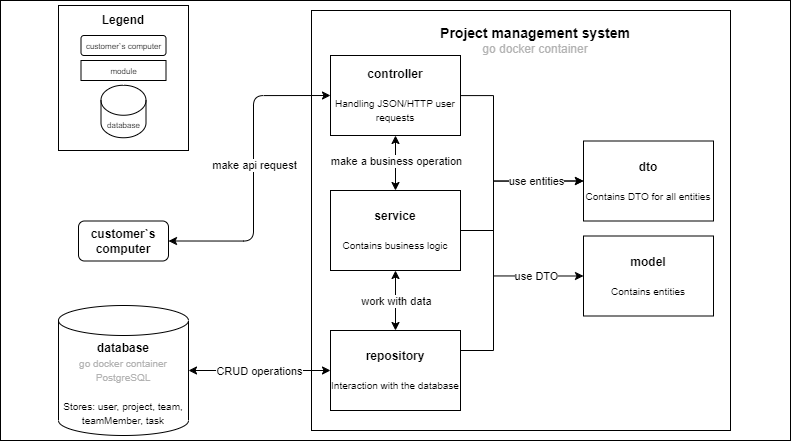
This is doc/arch/container/container diagram.png from PavelNaymovets/project_management_system, a draw.io export, as it was before one commit. Source tidied: cells renumbered, new cells last; positions are measured from the earlier drawing's top-left corner, leaving out a move shared by most shapes.
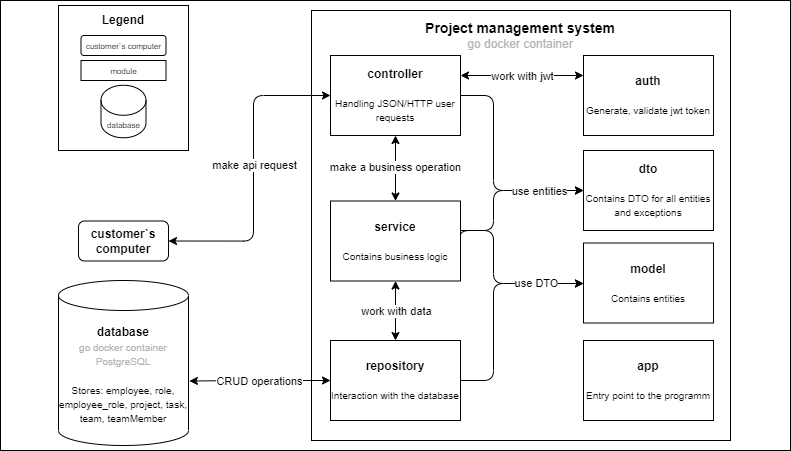
The same file after the commit.

What changed in the source:
```diff
@@ -3,10 +3,10 @@
     <mxCell id="0" />
     <mxCell id="1" parent="0" />
     <mxCell id="2" style="whiteSpace=wrap;html=1;" parent="1" vertex="1">
-      <mxGeometry width="790" height="440" as="geometry" />
+      <mxGeometry width="790" height="450" as="geometry" />
     </mxCell>
     <mxCell id="3" style="whiteSpace=wrap;html=1;" parent="1" vertex="1">
-      <mxGeometry x="311" y="10" width="419" height="420" as="geometry" />
+      <mxGeometry x="311" y="10" width="419" height="430" as="geometry" />
     </mxCell>
     <mxCell id="4" value="&lt;b&gt;customer`s computer&lt;/b&gt;" style="rounded=1;whiteSpace=wrap;html=1;" parent="1" vertex="1">
       <mxGeometry x="78" y="220.5" width="90" height="40" as="geometry" />
@@ -24,49 +24,43 @@
         <mxPoint y="-7" as="offset" />
       </mxGeometry>
     </mxCell>
-    <mxCell id="7" value="&lt;b&gt;database&lt;/b&gt;&lt;br&gt;&lt;font style=&quot;font-size: 10px;&quot;&gt;&lt;font color=&quot;#b3b3b3&quot;&gt;go docker container&lt;br&gt;PostgreSQL&lt;/font&gt;&lt;br&gt;&lt;br&gt;Stores:&amp;nbsp;user, project, team, teamMember, task&lt;br&gt;&lt;/font&gt;" style="shape=cylinder3;whiteSpace=wrap;html=1;boundedLbl=1;backgroundOutline=1;size=15;" parent="1" vertex="1">
-      <mxGeometry x="58" y="305" width="130" height="130" as="geometry" />
+    <mxCell id="7" value="&lt;b&gt;database&lt;/b&gt;&lt;br&gt;&lt;font style=&quot;font-size: 10px;&quot;&gt;&lt;font color=&quot;#b3b3b3&quot;&gt;go docker container&lt;br&gt;PostgreSQL&lt;/font&gt;&lt;br&gt;&lt;br&gt;Stores:&amp;nbsp;employee, role, employee_role, project, task, team, teamMember&lt;br&gt;&lt;/font&gt;" style="shape=cylinder3;whiteSpace=wrap;html=1;boundedLbl=1;backgroundOutline=1;size=15;" parent="1" vertex="1">
+      <mxGeometry x="58" y="280" width="130" height="165" as="geometry" />
     </mxCell>
     <mxCell id="8" style="edgeStyle=orthogonalEdgeStyle;rounded=0;jettySize=auto;html=1;startArrow=classic;startFill=1;" parent="1" edge="1" source="10" target="13">
       <mxGeometry relative="1" as="geometry" />
     </mxCell>
-    <mxCell id="9" style="edgeStyle=orthogonalEdgeStyle;rounded=0;jettySize=auto;html=1;entryX=0;entryY=0.5;entryDx=0;entryDy=0;" parent="1" edge="1" source="10" target="26">
-      <mxGeometry relative="1" as="geometry">
-        <Array as="points">
-          <mxPoint x="493" y="95" />
-          <mxPoint x="493" y="180" />
-        </Array>
-      </mxGeometry>
-    </mxCell>
     <mxCell id="10" value="&lt;font style=&quot;&quot;&gt;&lt;b style=&quot;&quot;&gt;&lt;font style=&quot;font-size: 12px;&quot;&gt;controller&lt;/font&gt;&lt;br&gt;&lt;/b&gt;&lt;br&gt;&lt;/font&gt;&lt;font style=&quot;font-size: 10px;&quot;&gt;Handling JSON/HTTP user requests&lt;br&gt;&lt;/font&gt;" style="rounded=0;whiteSpace=wrap;html=1;" parent="1" vertex="1">
       <mxGeometry x="330" y="55" width="130" height="80" as="geometry" />
     </mxCell>
     <mxCell id="11" style="edgeStyle=orthogonalEdgeStyle;rounded=0;jettySize=auto;html=1;startArrow=classic;startFill=1;" parent="1" edge="1" source="13" target="15">
       <mxGeometry relative="1" as="geometry" />
     </mxCell>
-    <mxCell id="12" style="edgeStyle=orthogonalEdgeStyle;rounded=0;jettySize=auto;html=1;entryX=0;entryY=0.5;entryDx=0;entryDy=0;" parent="1" edge="1" source="13" target="27">
+    <mxCell id="12" style="edgeStyle=orthogonalEdgeStyle;rounded=1;jettySize=auto;html=1;entryX=0;entryY=0.5;entryDx=0;entryDy=0;" parent="1" edge="1" source="13" target="27">
       <mxGeometry relative="1" as="geometry">
         <Array as="points">
           <mxPoint x="493" y="230" />
-          <mxPoint x="493" y="276" />
+          <mxPoint x="493" y="283" />
+          <mxPoint x="583" y="283" />
         </Array>
       </mxGeometry>
     </mxCell>
     <mxCell id="13" value="&lt;b&gt;service&lt;/b&gt;&lt;font style=&quot;font-size: 10px;&quot;&gt;&lt;font color=&quot;#b3b3b3&quot;&gt;&lt;br&gt;&lt;/font&gt;&lt;br&gt;&lt;/font&gt;&lt;font style=&quot;font-size: 10px;&quot;&gt;Contains business logic&lt;br&gt;&lt;/font&gt;" style="rounded=0;whiteSpace=wrap;html=1;" parent="1" vertex="1">
-      <mxGeometry x="330" y="190" width="130" height="80" as="geometry" />
+      <mxGeometry x="330" y="200.5" width="130" height="80" as="geometry" />
     </mxCell>
-    <mxCell id="14" style="edgeStyle=orthogonalEdgeStyle;rounded=0;jettySize=auto;html=1;exitX=1;exitY=0.25;exitDx=0;exitDy=0;entryX=0;entryY=0.5;entryDx=0;entryDy=0;" parent="1" edge="1" source="15" target="26">
+    <mxCell id="14" style="edgeStyle=orthogonalEdgeStyle;rounded=1;jettySize=auto;html=1;exitX=1;exitY=0.5;exitDx=0;exitDy=0;entryX=0;entryY=0.5;entryDx=0;entryDy=0;" parent="1" edge="1" source="15" target="27">
       <mxGeometry relative="1" as="geometry">
         <Array as="points">
-          <mxPoint x="493" y="350" />
-          <mxPoint x="493" y="181" />
+          <mxPoint x="493" y="380" />
+          <mxPoint x="493" y="283" />
+          <mxPoint x="583" y="283" />
         </Array>
       </mxGeometry>
     </mxCell>
     <mxCell id="15" value="&lt;b&gt;repository&lt;/b&gt;&lt;font style=&quot;font-size: 10px;&quot;&gt;&lt;font color=&quot;#b3b3b3&quot;&gt;&lt;br&gt;&lt;/font&gt;&lt;br&gt;&lt;/font&gt;&lt;font style=&quot;font-size: 10px;&quot;&gt;Interaction with the database&lt;br&gt;&lt;/font&gt;" style="rounded=0;whiteSpace=wrap;html=1;" parent="1" vertex="1">
-      <mxGeometry x="330" y="330" width="130" height="80" as="geometry" />
+      <mxGeometry x="330" y="340" width="130" height="80" as="geometry" />
     </mxCell>
-    <mxCell id="16" style="endArrow=classic;html=1;rounded=1;startArrow=classic;startFill=1;edgeStyle=orthogonalEdgeStyle;exitX=0;exitY=0.5;exitDx=0;exitDy=0;entryX=1;entryY=0.5;entryDx=0;entryDy=0;entryPerimeter=0;" parent="1" edge="1" source="15" target="7">
+    <mxCell id="16" style="endArrow=classic;html=1;rounded=1;startArrow=classic;startFill=1;edgeStyle=orthogonalEdgeStyle;exitX=0;exitY=0.5;exitDx=0;exitDy=0;entryX=1.007;entryY=0.609;entryDx=0;entryDy=0;entryPerimeter=0;" parent="1" edge="1" source="15" target="7">
       <mxGeometry relative="1" as="geometry" />
     </mxCell>
     <mxCell id="17" value="CRUD operations" style="edgeLabel;html=1;align=center;verticalAlign=middle;" parent="16" vertex="1">
@@ -75,7 +69,7 @@
       </mxGeometry>
     </mxCell>
     <mxCell id="18" value="&lt;font style=&quot;&quot;&gt;&lt;span style=&quot;font-size: 14px;&quot;&gt;Project management system&lt;/span&gt;&lt;br&gt;&lt;span style=&quot;font-weight: normal;&quot;&gt;&lt;font style=&quot;font-size: 12px;&quot; color=&quot;#b3b3b3&quot;&gt;go docker container&lt;/font&gt;&lt;/span&gt;&lt;br&gt;&lt;/font&gt;" style="text;html=1;strokeColor=none;fillColor=none;align=center;verticalAlign=middle;whiteSpace=wrap;rounded=0;fontStyle=1;" parent="1" vertex="1">
-      <mxGeometry x="410" y="25" width="250" height="30" as="geometry" />
+      <mxGeometry x="395.5" y="20" width="250" height="30" as="geometry" />
     </mxCell>
     <mxCell id="19" style="whiteSpace=wrap;html=1;" parent="1" vertex="1">
       <mxGeometry x="58" y="5" width="130" height="145" as="geometry" />
@@ -93,22 +87,53 @@
       <mxGeometry x="100.5" y="84.8" width="45" height="52.5" as="geometry" />
     </mxCell>
     <mxCell id="24" value="make a business operation" style="edgeLabel;html=1;align=center;verticalAlign=middle;" parent="1" vertex="1">
-      <mxGeometry x="395" y="160" as="geometry" />
+      <mxGeometry x="394" y="166" as="geometry" />
     </mxCell>
     <mxCell id="25" value="work with data" style="edgeLabel;html=1;align=center;verticalAlign=middle;" parent="1" vertex="1">
-      <mxGeometry x="395" y="300" as="geometry" />
+      <mxGeometry x="395.5" y="310" as="geometry" />
     </mxCell>
-    <mxCell id="26" value="&lt;font style=&quot;&quot;&gt;&lt;b style=&quot;&quot;&gt;&lt;font style=&quot;font-size: 12px;&quot;&gt;dto&lt;/font&gt;&lt;/b&gt;&lt;br&gt;&lt;br&gt;&lt;span style=&quot;font-size: 10px;&quot;&gt;Contains DTO for all entities&lt;/span&gt;&lt;br&gt;&lt;/font&gt;" style="rounded=0;whiteSpace=wrap;html=1;" parent="1" vertex="1">
-      <mxGeometry x="583" y="140.5" width="130" height="80" as="geometry" />
-    </mxCell>
     <mxCell id="27" value="&lt;b&gt;model&lt;/b&gt;&lt;font style=&quot;font-size: 10px;&quot;&gt;&lt;font color=&quot;#b3b3b3&quot;&gt;&lt;br&gt;&lt;/font&gt;&lt;br&gt;&lt;/font&gt;&lt;font style=&quot;font-size: 10px;&quot;&gt;Contains entities&lt;br&gt;&lt;/font&gt;" style="rounded=0;whiteSpace=wrap;html=1;" parent="1" vertex="1">
-      <mxGeometry x="583" y="235.5" width="130" height="80" as="geometry" />
+      <mxGeometry x="583" y="242.5" width="130" height="80" as="geometry" />
     </mxCell>
+    <mxCell id="29" value="use DTO" style="edgeLabel;html=1;align=center;verticalAlign=middle;" parent="1" vertex="1">
+      <mxGeometry x="535" y="282.5" as="geometry" />
+    </mxCell>
+    <mxCell id="30" value="&lt;font style=&quot;&quot;&gt;&lt;b&gt;auth&lt;/b&gt;&lt;br&gt;&lt;br&gt;&lt;span style=&quot;font-size: 10px;&quot;&gt;Generate, validate jwt token&lt;/span&gt;&lt;br&gt;&lt;/font&gt;" style="rounded=0;whiteSpace=wrap;html=1;" parent="1" vertex="1">
+      <mxGeometry x="583" y="55" width="130" height="80" as="geometry" />
+    </mxCell>
+    <mxCell id="31" value="&lt;font style=&quot;&quot;&gt;&lt;b style=&quot;&quot;&gt;&lt;font style=&quot;font-size: 12px;&quot;&gt;dto&lt;/font&gt;&lt;/b&gt;&lt;br&gt;&lt;br&gt;&lt;span style=&quot;font-size: 10px;&quot;&gt;Contains DTO for all entities and exceptions&lt;/span&gt;&lt;br&gt;&lt;/font&gt;" style="rounded=0;whiteSpace=wrap;html=1;" parent="1" vertex="1">
+      <mxGeometry x="583" y="150" width="130" height="80" as="geometry" />
+    </mxCell>
+    <mxCell id="32" style="endArrow=classic;html=1;rounded=1;exitX=1;exitY=0.25;exitDx=0;exitDy=0;entryX=0;entryY=0.25;entryDx=0;entryDy=0;edgeStyle=orthogonalEdgeStyle;startArrow=classic;startFill=1;" parent="1" edge="1" source="10" target="30">
+      <mxGeometry relative="1" as="geometry" />
+    </mxCell>
+    <mxCell id="33" value="work with jwt" style="edgeLabel;html=1;align=center;verticalAlign=middle;" parent="32" vertex="1">
+      <mxGeometry relative="1" as="geometry" />
+    </mxCell>
+    <mxCell id="34" style="edgeStyle=orthogonalEdgeStyle;rounded=1;jettySize=auto;html=1;entryX=0;entryY=0.5;entryDx=0;entryDy=0;exitX=1;exitY=0.5;exitDx=0;exitDy=0;" parent="1" edge="1" source="13" target="31">
+      <mxGeometry relative="1" as="geometry">
+        <Array as="points">
+          <mxPoint x="493" y="230" />
+          <mxPoint x="493" y="190" />
+        </Array>
+      </mxGeometry>
+    </mxCell>
+    <mxCell id="35" style="edgeStyle=orthogonalEdgeStyle;rounded=1;jettySize=auto;html=1;entryX=0;entryY=0.5;entryDx=0;entryDy=0;exitX=1;exitY=0.5;exitDx=0;exitDy=0;" parent="1" edge="1" source="10">
+      <mxGeometry relative="1" as="geometry">
+        <mxPoint x="583" y="190" as="targetPoint" />
+        <Array as="points">
+          <mxPoint x="493" y="95" />
+          <mxPoint x="493" y="190" />
+        </Array>
+      </mxGeometry>
+    </mxCell>
     <mxCell id="28" value="use entities" style="edgeLabel;html=1;align=center;verticalAlign=middle;" parent="1" vertex="1">
-      <mxGeometry x="535" y="180.5" as="geometry" />
+      <mxGeometry x="544" y="212" as="geometry">
+        <mxPoint x="-6" y="-22" as="offset" />
+      </mxGeometry>
     </mxCell>
-    <mxCell id="29" value="use DTO" style="edgeLabel;html=1;align=center;verticalAlign=middle;" parent="1" vertex="1">
-      <mxGeometry x="535" y="275.5" as="geometry" />
-    </mxCell>
+    <mxCell id="36" value="&lt;font style=&quot;&quot;&gt;&lt;b&gt;app&lt;/b&gt;&lt;br&gt;&lt;br&gt;&lt;span style=&quot;font-size: 10px;&quot;&gt;Entry point to the programm&lt;/span&gt;&lt;br&gt;&lt;/font&gt;" style="rounded=0;whiteSpace=wrap;html=1;" parent="1" vertex="1">
+      <mxGeometry x="583" y="340" width="130" height="80" as="geometry" />
+    </mxCell>
   </root>
 </mxGraphModel>
```
